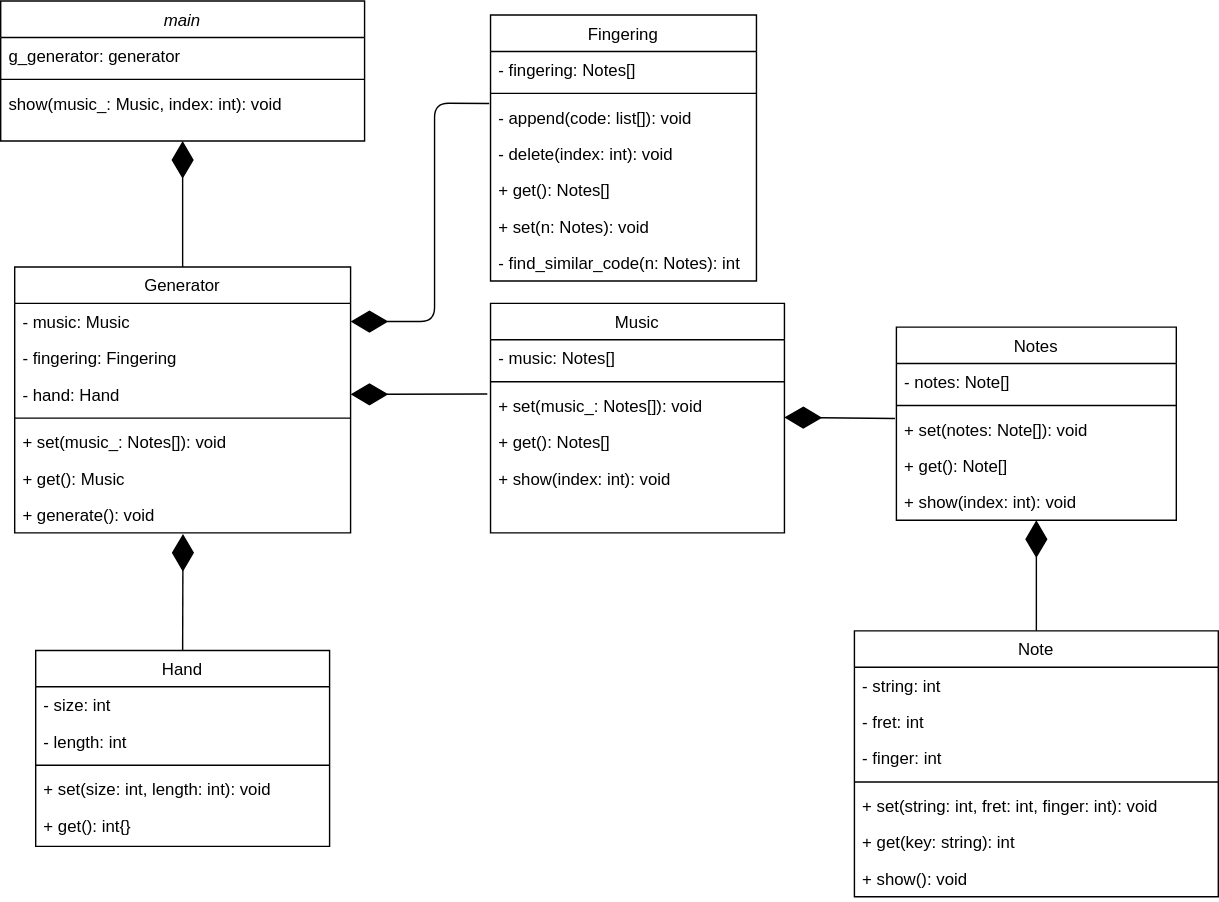
The draw.io diagram docs/diagram/guitar_fingering_generator.svg in boy-min/Guitar-Fingering-Generator, before a commit. Source tidied: cells renumbered, new cells last; positions are measured from the earlier drawing's top-left corner, leaving out a move shared by most shapes.
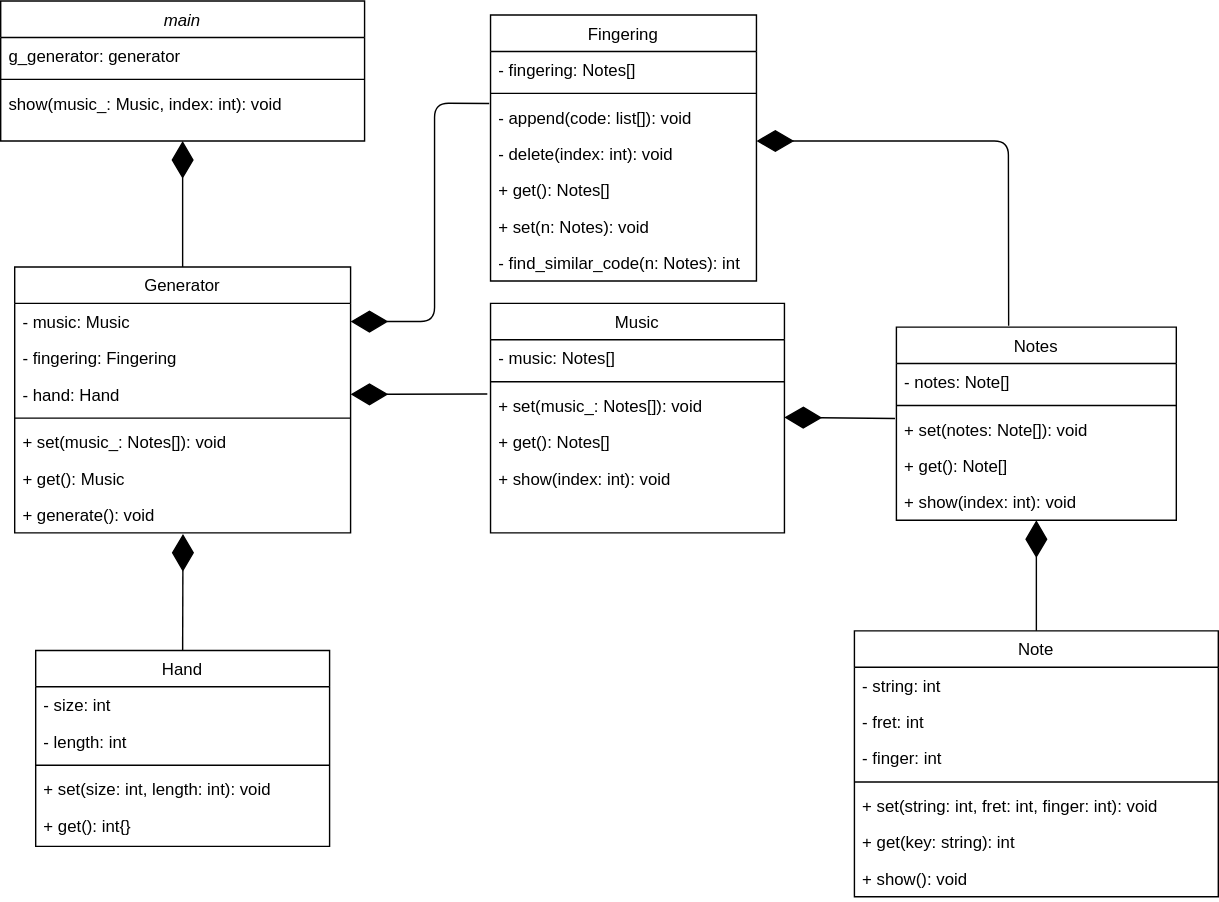
The same file after the commit.

Commit message:
Fix type error, add .md about all classes, and update class diagram.

What changed in the source:
```diff
@@ -165,5 +165,13 @@
     <mxCell id="53" style="endArrow=diamondThin;endFill=1;endSize=24;html=1;entryX=0.5;entryY=1;entryDx=0;entryDy=0;exitX=0.5;exitY=0;exitDx=0;exitDy=0;" parent="1" edge="1" source="18" target="6">
       <mxGeometry relative="1" as="geometry" />
     </mxCell>
+    <mxCell id="54" style="endArrow=diamondThin;endFill=1;endSize=24;html=1;entryX=1;entryY=0.5;entryDx=0;entryDy=0;exitX=0.401;exitY=-0.007;exitDx=0;exitDy=0;exitPerimeter=0;" parent="1" edge="1" source="6">
+      <mxGeometry relative="1" as="geometry">
+        <mxPoint x="540" y="100" as="targetPoint" />
+        <Array as="points">
+          <mxPoint x="720" y="100" />
+        </Array>
+      </mxGeometry>
+    </mxCell>
   </root>
 </mxGraphModel>
```
